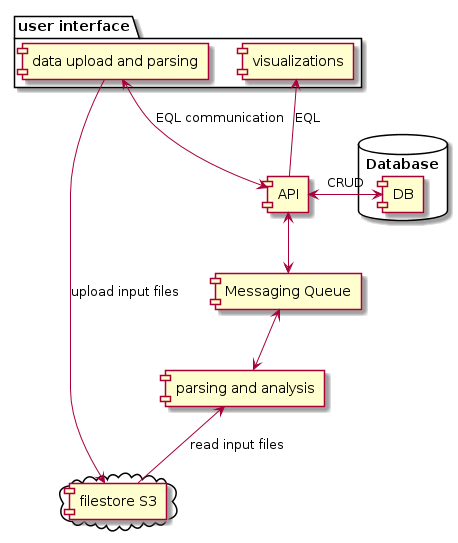
phylogeography/spread keeps this PlantUML diagram as docs/system_architecture.png. Above is the earlier version. The source it was exported from:
```plantuml
@startuml

package "user interface" {
    [visualizations] as vis
    [data upload and parsing] as interface
}

[API] as api

[parsing and analysis] as business

[Messaging Queue] as messaging

cloud {
  [filestore S3] as S3
}

database "Database" {
  [DB] as db
}

interface <--> api : EQL communication

interface -> S3 : upload input files

vis <-- api : EQL

api <--> messaging

api <-> db :CRUD

messaging <--> business

business <-- S3 : read input files

@enduml
```
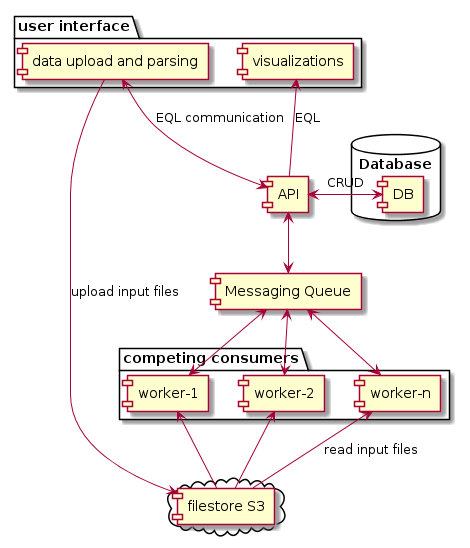
Later version of the same file.

Commit message:
include multiple worker threads

Change to the diagram source:
```diff
@@ -7,7 +7,11 @@
 
 [API] as api
 
-[parsing and analysis] as business
+package "competing consumers" {
+  [worker-1] as w1
+  [worker-2] as w2
+  [worker-n] as wn
+}
 
 [Messaging Queue] as messaging
 
@@ -29,8 +33,13 @@
 
 api <-> db :CRUD
 
-messaging <--> business
+messaging <--> w1
+w1 <-- S3
 
-business <-- S3 : read input files
+messaging <--> w2
+w2 <-- S3
+
+messaging <--> wn
+wn <-- S3 : read input files
 
 @enduml
```
